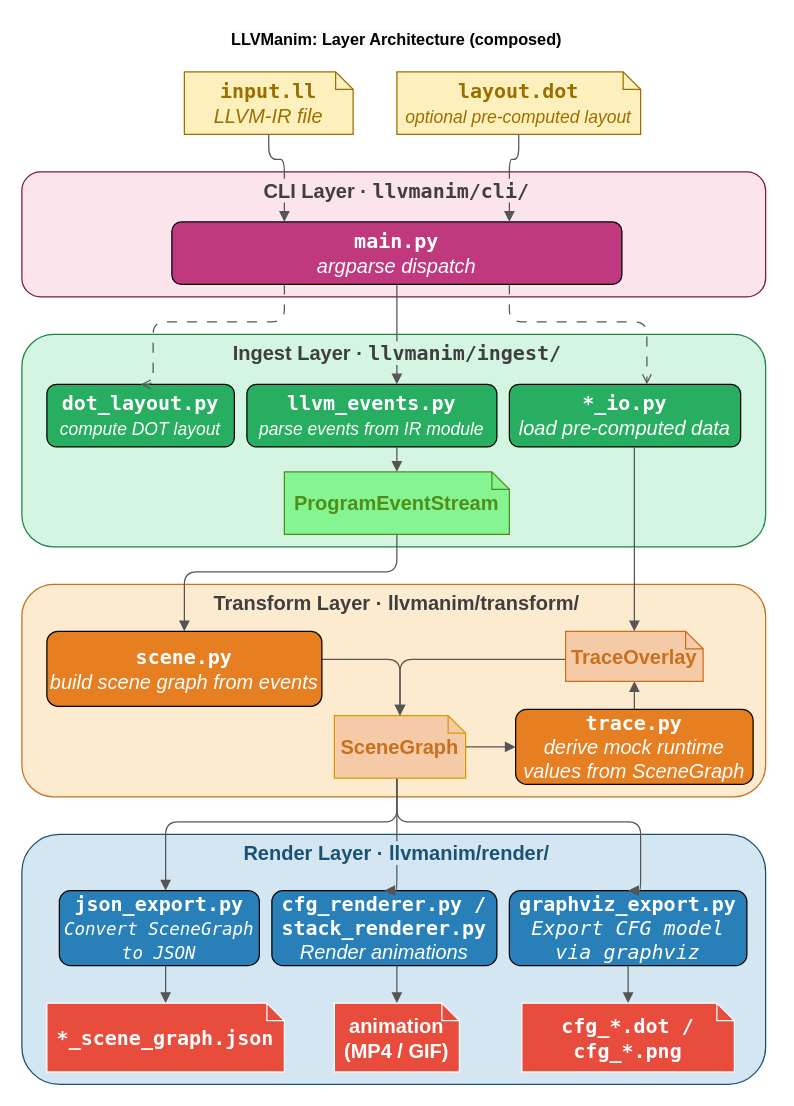
Earlier version of the draw.io diagram page "01 Architecture Overview" (1 of 14) of images/architecture/01_architecture_overview/Vertical/01_architecture_overview.drawio (ahmedzubair16dec/LLVManim). Source tidied: cells renumbered, new cells numbered last; positions are measured from the earlier drawing's top-left corner, leaving out a move shared by most shapes. Both pictures are drawn from the tidied source at 125%, with x=0, y=0 at pixel (21, 21).
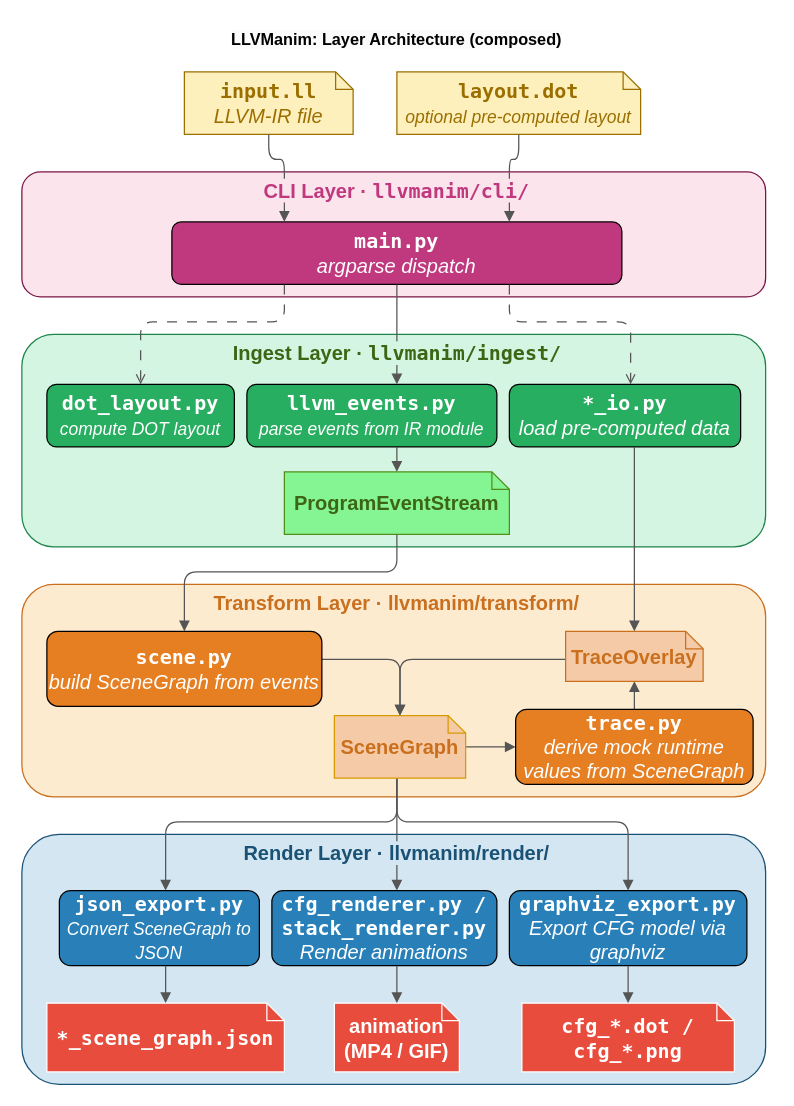
After the change.

The change refers to these unchanged cells:
```xml
<mxCell id="2" style="group;" parent="1" vertex="1">
  <mxGeometry y="250" width="595" height="170" as="geometry" />
</mxCell>
<mxCell id="5" value="&lt;font face=&quot;Lucida Console&quot;&gt;&lt;b style=&quot;&quot;&gt;&lt;font style=&quot;color: rgb(255, 255, 255);&quot;&gt;*_io.py&lt;/font&gt;&lt;/b&gt;&lt;/font&gt;&lt;div&gt;&lt;i style=&quot;&quot;&gt;&lt;font face=&quot;Helvetica&quot;&gt;&lt;font style=&quot;color: rgb(255, 255, 255);&quot;&gt;load pre-comp&lt;/font&gt;&lt;font style=&quot;color: rgb(255, 255, 255);&quot;&gt;uted data&lt;/font&gt;&lt;/font&gt;&lt;/i&gt;&lt;/div&gt;" style="rounded=1;whiteSpace=wrap;html=1;fillColor=#27ae60;fontColor=white;strokeColor=#000000;fontSize=16;fontFamily=Helvetica;align=center;" parent="2" vertex="1">
  <mxGeometry x="390" y="40" width="185" height="50" as="geometry" />
</mxCell>
<mxCell id="6" value="&lt;font face=&quot;Lucida Console&quot;&gt;&lt;b style=&quot;&quot;&gt;&lt;font style=&quot;color: rgb(255, 255, 255);&quot;&gt;dot_layout.py&lt;/font&gt;&lt;/b&gt;&lt;/font&gt;&lt;div&gt;&lt;span style=&quot;text-align: left;&quot;&gt;&lt;i style=&quot;&quot;&gt;&lt;font style=&quot;color: rgb(255, 255, 255); font-size: 14px;&quot;&gt;compute DOT layout&lt;/font&gt;&lt;/i&gt;&lt;/span&gt;&lt;/div&gt;" style="rounded=1;whiteSpace=wrap;html=1;fillColor=#27ae60;fontColor=white;strokeColor=#000000;fontSize=16;fontFamily=Helvetica;align=center;" parent="2" vertex="1">
  <mxGeometry x="20" y="40" width="150" height="50" as="geometry" />
</mxCell>
<mxCell id="9" style="group;" parent="1" vertex="1">
  <mxGeometry y="650" width="595" height="200" as="geometry" />
</mxCell>
<mxCell id="11" value="&lt;font face=&quot;Lucida Console&quot;&gt;&lt;b style=&quot;&quot;&gt;&lt;font style=&quot;color: rgb(255, 255, 255);&quot;&gt;cfg_renderer.py / stack_renderer.py&lt;/font&gt;&lt;/b&gt;&lt;/font&gt;&lt;br&gt;&lt;i&gt;&lt;font style=&quot;color: rgb(255, 255, 255);&quot;&gt;Render animations&lt;/font&gt;&lt;/i&gt;" style="rounded=1;whiteSpace=wrap;html=1;fillColor=#2980b9;fontColor=white;strokeColor=#000000;fontSize=16;fontFamily=Helvetica;" parent="9" vertex="1">
  <mxGeometry x="200" y="45" width="180" height="60" as="geometry" />
</mxCell>
<mxCell id="40" value="&lt;b style=&quot;scrollbar-color: rgb(226, 226, 226) rgb(251, 251, 251); font-size: 16px;&quot;&gt;&lt;font style=&quot;color: rgb(202, 111, 30);&quot;&gt;SceneGraph&lt;/font&gt;&lt;/b&gt;" style="shape=note;whiteSpace=wrap;html=1;fillColor=light-dark(#f5cba7, #36210a);strokeColor=#d79b00;backgroundOutline=1;size=14;fontSize=13;fontFamily=Helvetica;rounded=1;gradientColor=none;" parent="1" vertex="1">
  <mxGeometry x="250" y="555" width="105" height="50" as="geometry" />
</mxCell>
```

What changed in the source:
```diff
@@
+    <mxCell id="49" style="group;" parent="1" vertex="1">
+      <mxGeometry y="120" width="595" height="100" as="geometry" />
+    </mxCell>
+    <mxCell id="21" style="rounded=1;whiteSpace=wrap;html=1;fillColor=#fce4ec;strokeColor=#7a1545;fontColor=#7a1545;verticalAlign=top;align=center;spacingLeft=8;spacingTop=2;fontStyle=1;fontSize=13;fontFamily=Helvetica;" parent="49" vertex="1">
+      <mxGeometry width="595" height="100" as="geometry" />
+    </mxCell>
+    <mxCell id="22" value="&lt;font face=&quot;Lucida Console&quot;&gt;&lt;b style=&quot;&quot;&gt;&lt;font style=&quot;color: rgb(255, 255, 255);&quot;&gt;main.py&lt;/font&gt;&lt;/b&gt;&lt;/font&gt;&lt;br&gt;&lt;i&gt;&lt;font style=&quot;color: rgb(255, 255, 255);&quot;&gt;argparse dispatch&lt;/font&gt;&lt;/i&gt;" style="rounded=1;whiteSpace=wrap;html=1;fillColor=#c0397e;fontColor=white;strokeColor=#000000;fontSize=16;fontFamily=Helvetica;fontStyle=0;spacingLeft=0;" parent="49" vertex="1">
+      <mxGeometry x="120" y="40" width="360" height="50" as="geometry" />
+    </mxCell>
@@
-    <mxCell id="7" value="&lt;b&gt;&lt;font&gt;&lt;font style=&quot;color: rgb(80, 142, 25);&quot;&gt;Progr&lt;/font&gt;&lt;font style=&quot;&quot;&gt;&lt;font style=&quot;color: rgb(80, 142, 25);&quot;&gt;amEventStre&lt;/font&gt;&lt;/font&gt;&lt;font style=&quot;color: light-dark(rgb(80, 142, 25), rgb(99, 152, 51));&quot;&gt;am&lt;/font&gt;&lt;/font&gt;&lt;/b&gt;" style="shape=note;whiteSpace=wrap;html=1;fillColor=#85F593;fontColor=#508E19;strokeColor=#508E19;backgroundOutline=1;size=14;fontSize=16;fontFamily=Helvetica;rounded=1;" parent="2" vertex="1">
+    <mxCell id="7" value="&lt;b&gt;&lt;font&gt;&lt;font style=&quot;color: rgb(60, 101, 20);&quot;&gt;Progr&lt;/font&gt;&lt;font style=&quot;&quot;&gt;&lt;font style=&quot;&quot;&gt;&lt;font style=&quot;color: rgb(60, 101, 20);&quot;&gt;amEventStre&lt;/font&gt;&lt;/font&gt;&lt;/font&gt;&lt;font style=&quot;color: light-dark(rgb(60, 101, 20), rgb(139, 175, 105));&quot;&gt;am&lt;/font&gt;&lt;/font&gt;&lt;/b&gt;" style="shape=note;whiteSpace=wrap;html=1;fillColor=#85F593;fontColor=#508E19;strokeColor=#508E19;backgroundOutline=1;size=14;fontSize=16;fontFamily=Helvetica;rounded=1;" parent="2" vertex="1">
       <mxGeometry x="210" y="110" width="180" height="50" as="geometry" />
     </mxCell>
@@
-    <mxCell id="12" value="&lt;font face=&quot;Lucida Console&quot;&gt;&lt;b&gt;&lt;font style=&quot;color: rgb(255, 255, 255);&quot;&gt;graphviz_export.py&lt;/font&gt;&lt;/b&gt;&lt;/font&gt;&lt;div&gt;&lt;font face=&quot;Lucida Console&quot;&gt;&lt;font&gt;&lt;i style=&quot;&quot;&gt;&lt;font style=&quot;color: rgb(255, 255, 255);&quot;&gt;Export CFG model via graphviz&lt;/font&gt;&lt;/i&gt;&lt;/font&gt;&lt;/font&gt;&lt;/div&gt;" style="rounded=1;whiteSpace=wrap;html=1;fillColor=#2980b9;fontColor=white;strokeColor=#000000;fontSize=16;fontFamily=Helvetica;" parent="9" vertex="1">
+    <mxCell id="12" value="&lt;font face=&quot;Lucida Console&quot;&gt;&lt;b&gt;&lt;font style=&quot;color: rgb(255, 255, 255);&quot;&gt;graphviz_export.py&lt;/font&gt;&lt;/b&gt;&lt;/font&gt;&lt;div&gt;&lt;font style=&quot;&quot;&gt;&lt;i style=&quot;&quot;&gt;&lt;font face=&quot;Helvetica&quot; style=&quot;color: rgb(255, 255, 255);&quot;&gt;Export CFG model via graphviz&lt;/font&gt;&lt;/i&gt;&lt;/font&gt;&lt;/div&gt;" style="rounded=1;whiteSpace=wrap;html=1;fillColor=#2980b9;fontColor=white;strokeColor=#000000;fontSize=16;fontFamily=Helvetica;" parent="9" vertex="1">
       <mxGeometry x="390" y="45" width="190" height="60" as="geometry" />
     </mxCell>
@@
-    <mxCell id="17" value="&lt;b&gt;&lt;font style=&quot;color: rgb(255, 255, 255);&quot;&gt;json_export.py&lt;/font&gt;&lt;/b&gt;&lt;div&gt;&lt;font style=&quot;font-size: 14px;&quot;&gt;&lt;i style=&quot;&quot;&gt;&lt;font style=&quot;color: rgb(255, 255, 255);&quot;&gt;Convert SceneGraph to JSON&lt;/font&gt;&lt;/i&gt;&lt;/font&gt;&lt;/div&gt;" style="rounded=1;whiteSpace=wrap;html=1;fillColor=#2980b9;fontColor=white;strokeColor=#000000;fontSize=16;fontFamily=Lucida Console;" parent="9" vertex="1">
+    <mxCell id="17" value="&lt;b&gt;&lt;font style=&quot;color: rgb(255, 255, 255);&quot;&gt;json_export.py&lt;/font&gt;&lt;/b&gt;&lt;div&gt;&lt;font style=&quot;font-size: 14px;&quot;&gt;&lt;i style=&quot;&quot;&gt;&lt;font face=&quot;Helvetica&quot; style=&quot;color: rgb(255, 255, 255);&quot;&gt;Convert SceneGraph to JSON&lt;/font&gt;&lt;/i&gt;&lt;/font&gt;&lt;/div&gt;" style="rounded=1;whiteSpace=wrap;html=1;fillColor=#2980b9;fontColor=white;strokeColor=#000000;fontSize=16;fontFamily=Lucida Console;" parent="9" vertex="1">
       <mxGeometry x="30" y="45" width="160" height="60" as="geometry" />
     </mxCell>
@@
-    <mxCell id="20" style="group;" parent="1" vertex="1">
-      <mxGeometry y="120" width="600" height="100" as="geometry" />
-    </mxCell>
-    <mxCell id="21" style="rounded=1;whiteSpace=wrap;html=1;fillColor=#fce4ec;strokeColor=#7a1545;fontColor=#7a1545;verticalAlign=top;align=center;spacingLeft=8;spacingTop=2;fontStyle=1;fontSize=13;fontFamily=Helvetica;" parent="20" vertex="1">
-      <mxGeometry width="595" height="100" as="geometry" />
-    </mxCell>
-    <mxCell id="22" value="&lt;font face=&quot;Lucida Console&quot;&gt;&lt;b style=&quot;&quot;&gt;&lt;font style=&quot;color: rgb(255, 255, 255);&quot;&gt;main.py&lt;/font&gt;&lt;/b&gt;&lt;/font&gt;&lt;br&gt;&lt;i&gt;&lt;font style=&quot;color: rgb(255, 255, 255);&quot;&gt;argparse dispatch&lt;/font&gt;&lt;/i&gt;" style="rounded=1;whiteSpace=wrap;html=1;fillColor=#c0397e;fontColor=white;strokeColor=#000000;fontSize=16;fontFamily=Helvetica;fontStyle=0;spacingLeft=0;" parent="20" vertex="1">
-      <mxGeometry x="120" y="40" width="360" height="50" as="geometry" />
-    </mxCell>
@@
     <mxCell id="28" style="edgeStyle=orthogonalEdgeStyle;html=1;entryX=0.5;entryY=0;entryDx=0;entryDy=0;rounded=1;strokeColor=#555555;align=center;verticalAlign=middle;fontFamily=Helvetica;fontSize=13;fontColor=default;labelBackgroundColor=default;endArrow=block;endFill=1;" parent="1" edge="1" source="40" target="12">
       <mxGeometry relative="1" as="geometry">
         <Array as="points">
           <mxPoint x="300" y="640" />
-          <mxPoint x="495" y="640" />
+          <mxPoint x="485" y="640" />
         </Array>
       </mxGeometry>
     </mxCell>
@@
     <mxCell id="30" style="edgeStyle=orthogonalEdgeStyle;rounded=1;jettySize=auto;html=1;strokeColor=#555555;fontSize=13;fontFamily=Helvetica;endArrow=open;endFill=0;exitX=0.25;exitY=1;exitDx=0;exitDy=0;align=center;verticalAlign=middle;fontColor=default;labelBackgroundColor=default;dashed=1;dashPattern=8 8;orthogonal=1;entryX=0.5;entryY=0;entryDx=0;entryDy=0;" parent="1" edge="1" source="22" target="6">
       <mxGeometry relative="1" as="geometry">
         <Array as="points">
           <mxPoint x="210" y="240" />
-          <mxPoint x="105" y="240" />
+          <mxPoint x="95" y="240" />
         </Array>
       </mxGeometry>
     </mxCell>
     <mxCell id="31" style="edgeStyle=orthogonalEdgeStyle;rounded=1;jettySize=auto;html=1;strokeColor=#555555;fontSize=13;fontFamily=Helvetica;endArrow=open;endFill=0;exitX=0.75;exitY=1;exitDx=0;exitDy=0;align=center;verticalAlign=middle;fontColor=default;labelBackgroundColor=default;dashed=1;dashPattern=8 8;orthogonal=1;flowAnimation=0;" parent="1" edge="1" source="22" target="5">
       <mxGeometry relative="1" as="geometry">
         <Array as="points">
           <mxPoint x="390" y="240" />
-          <mxPoint x="500" y="240" />
+          <mxPoint x="487" y="240" />
         </Array>
       </mxGeometry>
     </mxCell>
@@
-    <mxCell id="35" value="&lt;span style=&quot;color: rgb(63, 63, 63); font-weight: 700;&quot;&gt;Ingest Layer · &lt;font face=&quot;Lucida Console&quot;&gt;llvmanim/ingest/&lt;/font&gt;&lt;/span&gt;" style="text;html=1;align=center;verticalAlign=middle;rounded=1;fontSize=16;labelBackgroundColor=light-dark(#d5f5e3, #ededed);textShadow=0;" parent="1" vertex="1">
-      <mxGeometry y="250" width="600" height="30" as="geometry" />
+    <mxCell id="35" value="&lt;span style=&quot;font-weight: 700;&quot;&gt;&lt;font&gt;&lt;font style=&quot;&quot;&gt;&lt;font style=&quot;color: rgb(60, 101, 20);&quot;&gt;Ingest Layer ·&lt;/font&gt; &lt;/font&gt;&lt;font style=&quot;color: light-dark(rgb(60, 101, 20), rgb(139, 175, 105));&quot; face=&quot;Lucida Console&quot;&gt;llvmanim/ingest/&lt;/font&gt;&lt;/font&gt;&lt;/span&gt;" style="text;html=1;align=center;verticalAlign=middle;rounded=1;fontSize=16;labelBackgroundColor=light-dark(#d5f5e3, #ededed);textShadow=0;fontColor=#508E19;" parent="1" vertex="1">
+      <mxGeometry x="30" y="250" width="540" height="30" as="geometry" />
     </mxCell>
-    <mxCell id="36" value="&lt;span style=&quot;color: rgb(63, 63, 63); font-family: Helvetica; font-style: normal; font-variant-ligatures: normal; font-variant-caps: normal; font-weight: 700; letter-spacing: normal; orphans: 2; text-indent: 0px; text-transform: none; widows: 2; word-spacing: 0px; -webkit-text-stroke-width: 0px; white-space: normal; text-decoration-thickness: initial; text-decoration-style: initial; text-decoration-color: initial; float: none; display: inline !important;&quot;&gt;Transform Layer · llvmanim/transform/&lt;/span&gt;" style="text;whiteSpace=wrap;html=1;labelBackgroundColor=light-dark(#fdebd0, #ededed);align=center;verticalAlign=middle;rounded=1;fontSize=16;" parent="1" vertex="1">
+    <mxCell id="36" value="&lt;span style=&quot;font-family: Helvetica; font-style: normal; font-variant-ligatures: normal; font-variant-caps: normal; font-weight: 700; letter-spacing: normal; orphans: 2; text-indent: 0px; text-transform: none; widows: 2; word-spacing: 0px; -webkit-text-stroke-width: 0px; white-space: normal; text-decoration-thickness: initial; text-decoration-style: initial; text-decoration-color: initial; float: none; display: inline !important;&quot;&gt;&lt;font style=&quot;color: rgb(202, 111, 30);&quot;&gt;Transform Layer · llvmanim/transform/&lt;/font&gt;&lt;/span&gt;" style="text;whiteSpace=wrap;html=1;labelBackgroundColor=light-dark(#fdebd0, #ededed);align=center;verticalAlign=middle;rounded=1;fontSize=16;" parent="1" vertex="1">
       <mxGeometry x="150" y="450" width="300" height="30" as="geometry" />
     </mxCell>
@@
-    <mxCell id="38" style="edgeStyle=orthogonalEdgeStyle;html=1;entryX=0.5;entryY=0;entryDx=0;entryDy=0;rounded=1;strokeColor=#555555;align=center;verticalAlign=middle;fontFamily=Helvetica;fontSize=13;fontColor=default;labelBackgroundColor=default;endArrow=block;endFill=1;" parent="1" edge="1" source="40" target="11">
+    <mxCell id="38" style="edgeStyle=orthogonalEdgeStyle;html=1;rounded=1;strokeColor=#555555;align=center;verticalAlign=middle;fontFamily=Helvetica;fontSize=13;fontColor=default;labelBackgroundColor=default;endArrow=block;endFill=1;" parent="1" edge="1" source="40" target="11">
       <mxGeometry relative="1" as="geometry">
         <Array as="points">
-          <mxPoint x="300" y="650" />
-          <mxPoint x="300" y="650" />
+          <mxPoint x="300" y="670" />
+          <mxPoint x="300" y="670" />
         </Array>
       </mxGeometry>
     </mxCell>
@@
-    <mxCell id="42" value="&lt;span&gt;&lt;font face=&quot;Lucida Console&quot;&gt;&lt;b style=&quot;&quot;&gt;&lt;font style=&quot;color: rgb(255, 255, 255);&quot;&gt;scene.py&lt;/font&gt;&lt;/b&gt;&lt;/font&gt;&lt;/span&gt;&lt;div&gt;&lt;i&gt;&lt;font style=&quot;color: rgb(255, 255, 255);&quot;&gt;build scene graph from events&lt;/font&gt;&lt;/i&gt;&lt;br&gt;&lt;/div&gt;" style="rounded=1;whiteSpace=wrap;html=1;fillColor=#e67e22;fontColor=white;strokeColor=#000000;fontSize=16;fontFamily=Helvetica;" parent="1" vertex="1">
+    <mxCell id="42" value="&lt;span&gt;&lt;font face=&quot;Lucida Console&quot;&gt;&lt;b style=&quot;&quot;&gt;&lt;font style=&quot;color: rgb(255, 255, 255);&quot;&gt;scene.py&lt;/font&gt;&lt;/b&gt;&lt;/font&gt;&lt;/span&gt;&lt;div&gt;&lt;i&gt;&lt;font style=&quot;color: rgb(255, 255, 255);&quot;&gt;build SceneGraph from events&lt;/font&gt;&lt;/i&gt;&lt;br&gt;&lt;/div&gt;" style="rounded=1;whiteSpace=wrap;html=1;fillColor=#e67e22;fontColor=white;strokeColor=#000000;fontSize=16;fontFamily=Helvetica;" parent="1" vertex="1">
       <mxGeometry x="20" y="487.5" width="220" height="60" as="geometry" />
     </mxCell>
@@
-    <mxCell id="48" value="&lt;span style=&quot;color: rgb(63, 63, 63); font-family: Helvetica; font-style: normal; font-variant-ligatures: normal; font-variant-caps: normal; font-weight: 700; letter-spacing: normal; orphans: 2; text-indent: 0px; text-transform: none; widows: 2; word-spacing: 0px; -webkit-text-stroke-width: 0px; white-space: normal; text-decoration-thickness: initial; text-decoration-style: initial; text-decoration-color: initial; float: none; display: inline !important;&quot;&gt;CLI Layer · &lt;/span&gt;&lt;span style=&quot;color: rgb(63, 63, 63); font-style: normal; font-variant-ligatures: normal; font-variant-caps: normal; font-weight: 700; letter-spacing: normal; orphans: 2; text-indent: 0px; text-transform: none; widows: 2; word-spacing: 0px; -webkit-text-stroke-width: 0px; white-space: normal; text-decoration-thickness: initial; text-decoration-style: initial; text-decoration-color: initial; float: none; display: inline !important;&quot;&gt;&lt;font face=&quot;Lucida Console&quot;&gt;llvmanim/cli/&lt;/font&gt;&lt;/span&gt;" style="text;whiteSpace=wrap;html=1;labelBackgroundColor=light-dark(#fce4ec, #ededed);textShadow=0;align=center;verticalAlign=middle;rounded=1;fontSize=16;" parent="1" vertex="1">
+    <mxCell id="48" value="&lt;font&gt;&lt;span style=&quot;font-family: Helvetica; font-style: normal; font-variant-ligatures: normal; font-variant-caps: normal; font-weight: 700; letter-spacing: normal; orphans: 2; text-indent: 0px; text-transform: none; widows: 2; word-spacing: 0px; -webkit-text-stroke-width: 0px; white-space: normal; text-decoration-thickness: initial; text-decoration-style: initial; text-decoration-color: initial; float: none; display: inline !important;&quot;&gt;&lt;font style=&quot;color: rgb(192, 57, 126);&quot;&gt;CLI Laye&lt;/font&gt;&lt;font style=&quot;color: rgb(192, 57, 126);&quot;&gt;r ·&lt;/font&gt;&lt;/span&gt;&lt;font&gt;&lt;span style=&quot;color: rgb(63, 63, 63); font-family: Helvetica; font-style: normal; font-variant-ligatures: normal; font-variant-caps: normal; font-weight: 700; letter-spacing: normal; orphans: 2; text-indent: 0px; text-transform: none; widows: 2; word-spacing: 0px; -webkit-text-stroke-width: 0px; white-space: normal; text-decoration-thickness: initial; text-decoration-style: initial; text-decoration-color: initial; float: none; display: inline !important;&quot;&gt; &lt;/span&gt;&lt;span style=&quot;font-style: normal; font-variant-ligatures: normal; font-variant-caps: normal; font-weight: 700; letter-spacing: normal; orphans: 2; text-indent: 0px; text-transform: none; widows: 2; word-spacing: 0px; -webkit-text-stroke-width: 0px; white-space: normal; text-decoration-thickness: initial; text-decoration-style: initial; text-decoration-color: initial; float: none; display: inline !important;&quot;&gt;&lt;font style=&quot;&quot; face=&quot;Lucida Console&quot;&gt;&lt;font style=&quot;color: rgb(192, 57, 126);&quot;&gt;llvmanim/cli/&lt;/font&gt;&lt;/font&gt;&lt;/span&gt;&lt;/font&gt;&lt;/font&gt;" style="text;whiteSpace=wrap;html=1;labelBackgroundColor=light-dark(#fce4ec, #ededed);textShadow=0;align=center;verticalAlign=middle;rounded=1;fontSize=16;" parent="1" vertex="1">
       <mxGeometry x="175" y="120" width="250" height="30" as="geometry" />
     </mxCell>
```
